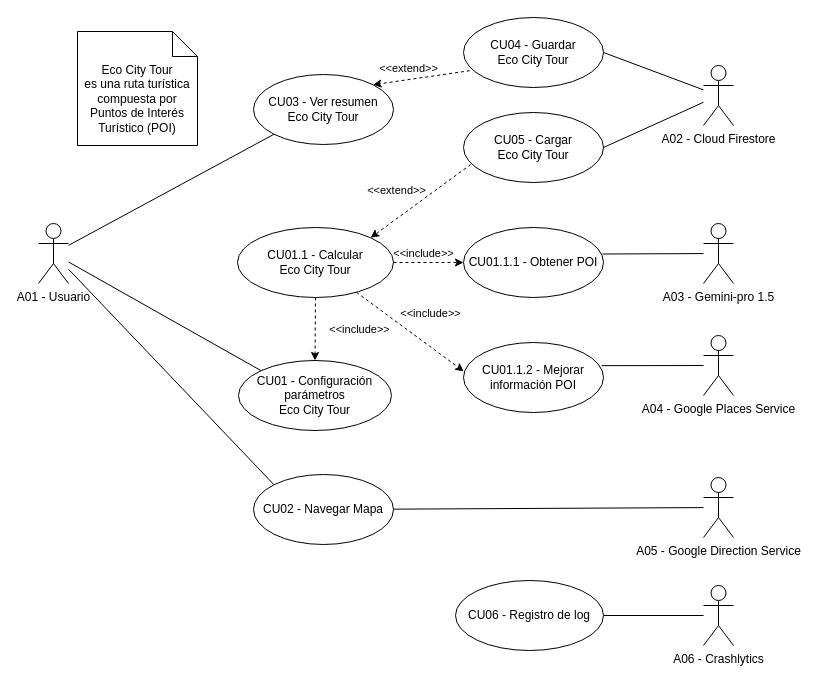
The draw.io diagram project-docs/memoriaTFGII_FPisot/diagrams/casos_de_uso.drawio in fps1001/TFGII_FPisot, before the edit. Source tidied: cells renumbered, new cells numbered last; positions are measured from the earlier drawing's top-left corner, leaving out a move shared by most shapes. Both pictures are drawn from the tidied source at 100%, with x=0, y=0 at pixel (38, 17).
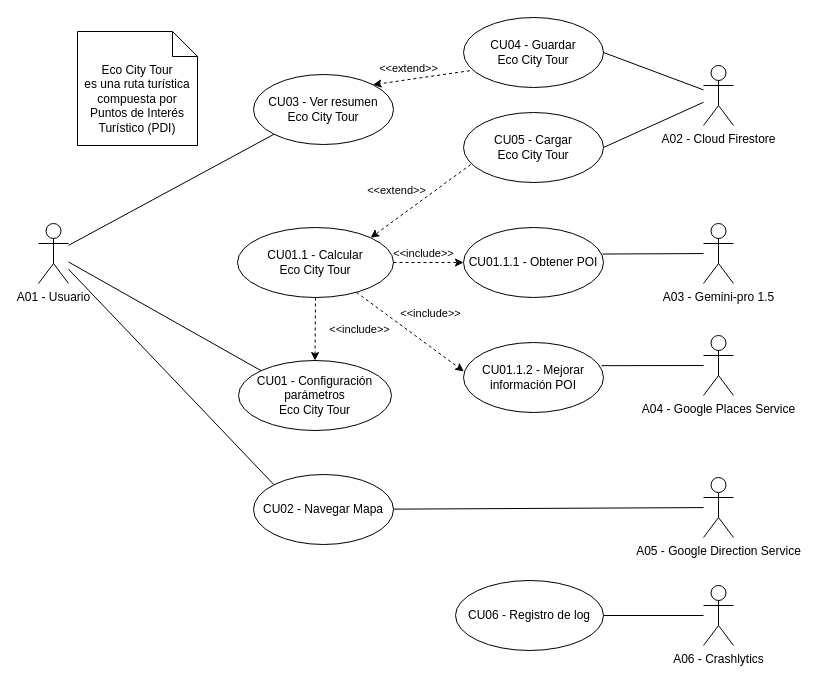
The same page after the edit.

Diff of the diagram source:
```diff
@@
-    <mxCell id="34" value="Eco City Tour &lt;br&gt;es una ruta turística compuesta por Puntos de Interés Turístico (POI)" style="shape=note2;boundedLbl=1;whiteSpace=wrap;html=1;size=25;verticalAlign=top;align=center;" parent="1" vertex="1">
+    <mxCell id="34" value="Eco City Tour &lt;br&gt;es una ruta turística compuesta por Puntos de Interés Turístico (PDI)" style="shape=note2;boundedLbl=1;whiteSpace=wrap;html=1;size=25;verticalAlign=top;align=center;" parent="1" vertex="1">
       <mxGeometry x="39" y="14" width="120" height="114" as="geometry" />
     </mxCell>
```
